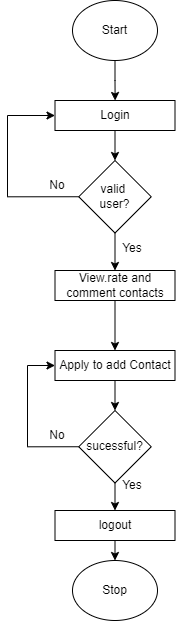
vekcodes/Thaekedar keeps this draw.io diagram as new updated diagrams/user.drawio.png. Above is the earlier version. Source tidied: cells renumbered, new cells last; positions are measured from the earlier drawing's top-left corner, leaving out a move shared by most shapes.
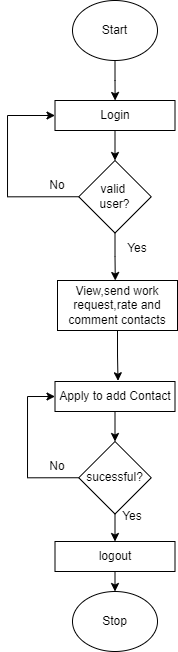
Above is the later version.

Diff of the diagram source:
```diff
@@ -4,44 +4,35 @@
     <mxCell id="1" parent="0" />
     <mxCell id="2" style="edgeStyle=orthogonalEdgeStyle;rounded=0;jettySize=auto;html=1;exitX=0.5;exitY=1;exitDx=0;exitDy=0;" parent="1" edge="1" source="3">
       <mxGeometry relative="1" as="geometry">
-        <mxPoint x="107.6" y="100" as="targetPoint" />
+        <mxPoint x="107.6" y="69" as="targetPoint" />
       </mxGeometry>
     </mxCell>
     <mxCell id="3" value="Start" style="ellipse;whiteSpace=wrap;html=1;" parent="1" vertex="1">
-      <mxGeometry x="65" width="85" height="60" as="geometry" />
+      <mxGeometry x="65" y="-31" width="85" height="60" as="geometry" />
     </mxCell>
     <mxCell id="4" style="edgeStyle=orthogonalEdgeStyle;rounded=0;jettySize=auto;html=1;exitX=0.5;exitY=1;exitDx=0;exitDy=0;entryX=0.5;entryY=0;entryDx=0;entryDy=0;" parent="1" edge="1" source="5" target="8">
       <mxGeometry relative="1" as="geometry" />
     </mxCell>
     <mxCell id="5" value="Login" style="rounded=0;whiteSpace=wrap;html=1;" parent="1" vertex="1">
-      <mxGeometry x="47.5" y="100" width="120" height="30" as="geometry" />
+      <mxGeometry x="47.5" y="69" width="120" height="30" as="geometry" />
     </mxCell>
     <mxCell id="6" style="edgeStyle=orthogonalEdgeStyle;rounded=0;jettySize=auto;html=1;exitX=0;exitY=0.5;exitDx=0;exitDy=0;entryX=0;entryY=0.5;entryDx=0;entryDy=0;" parent="1" edge="1" source="8" target="5">
       <mxGeometry relative="1" as="geometry">
         <Array as="points">
-          <mxPoint y="196" />
-          <mxPoint y="115" />
+          <mxPoint y="165" />
+          <mxPoint y="84" />
         </Array>
       </mxGeometry>
     </mxCell>
-    <mxCell id="7" style="edgeStyle=orthogonalEdgeStyle;rounded=0;jettySize=auto;html=1;exitX=0.5;exitY=1;exitDx=0;exitDy=0;entryX=0.5;entryY=0;entryDx=0;entryDy=0;" parent="1" edge="1" source="8" target="12">
-      <mxGeometry relative="1" as="geometry" />
-    </mxCell>
     <mxCell id="8" value="valid&amp;nbsp;&lt;div&gt;user?&lt;/div&gt;" style="rhombus;whiteSpace=wrap;html=1;" parent="1" vertex="1">
-      <mxGeometry x="71.2" y="160" width="72.5" height="72.5" as="geometry" />
+      <mxGeometry x="71.2" y="129" width="72.5" height="72.5" as="geometry" />
     </mxCell>
     <mxCell id="9" value="No" style="text;html=1;align=center;verticalAlign=middle;whiteSpace=wrap;rounded=0;" parent="1" vertex="1">
-      <mxGeometry x="20" y="170" width="60" height="30" as="geometry" />
+      <mxGeometry x="20" y="139" width="60" height="30" as="geometry" />
     </mxCell>
     <mxCell id="10" value="Yes" style="text;html=1;align=center;verticalAlign=middle;whiteSpace=wrap;rounded=0;" parent="1" vertex="1">
-      <mxGeometry x="95" y="232.5" width="60" height="30" as="geometry" />
+      <mxGeometry x="100" y="201.5" width="60" height="30" as="geometry" />
     </mxCell>
-    <mxCell id="11" style="edgeStyle=orthogonalEdgeStyle;rounded=0;jettySize=auto;html=1;exitX=0.5;exitY=1;exitDx=0;exitDy=0;entryX=0.5;entryY=0;entryDx=0;entryDy=0;" parent="1" edge="1" source="12" target="14">
-      <mxGeometry relative="1" as="geometry" />
-    </mxCell>
-    <mxCell id="12" value="View.rate and comment contacts" style="rounded=0;whiteSpace=wrap;html=1;" parent="1" vertex="1">
-      <mxGeometry x="47.5" y="270" width="120" height="30" as="geometry" />
-    </mxCell>
     <mxCell id="13" style="edgeStyle=orthogonalEdgeStyle;rounded=0;jettySize=auto;html=1;exitX=0.5;exitY=1;exitDx=0;exitDy=0;entryX=0.5;entryY=0;entryDx=0;entryDy=0;" parent="1" edge="1" source="14" target="17">
       <mxGeometry relative="1" as="geometry" />
     </mxCell>
@@ -77,5 +68,16 @@
     <mxCell id="22" value="Stop" style="ellipse;whiteSpace=wrap;html=1;" parent="1" vertex="1">
       <mxGeometry x="65" y="560" width="85" height="60" as="geometry" />
     </mxCell>
+    <mxCell id="23" value="View,send work request,rate and comment contacts" style="rounded=0;whiteSpace=wrap;html=1;" parent="1" vertex="1">
+      <mxGeometry x="50" y="249" width="120" height="50" as="geometry" />
+    </mxCell>
+    <mxCell id="24" style="edgeStyle=orthogonalEdgeStyle;rounded=0;jettySize=auto;html=1;entryX=0.524;entryY=-0.064;entryDx=0;entryDy=0;entryPerimeter=0;exitX=0.5;exitY=1;exitDx=0;exitDy=0;" parent="1" edge="1" source="8">
+      <mxGeometry relative="1" as="geometry">
+        <mxPoint x="107.8" y="249" as="targetPoint" />
+      </mxGeometry>
+    </mxCell>
+    <mxCell id="25" style="edgeStyle=orthogonalEdgeStyle;rounded=0;jettySize=auto;html=1;exitX=0.5;exitY=1;exitDx=0;exitDy=0;entryX=0.525;entryY=-0.024;entryDx=0;entryDy=0;entryPerimeter=0;" parent="1" edge="1" source="23" target="14">
+      <mxGeometry relative="1" as="geometry" />
+    </mxCell>
   </root>
 </mxGraphModel>
```
